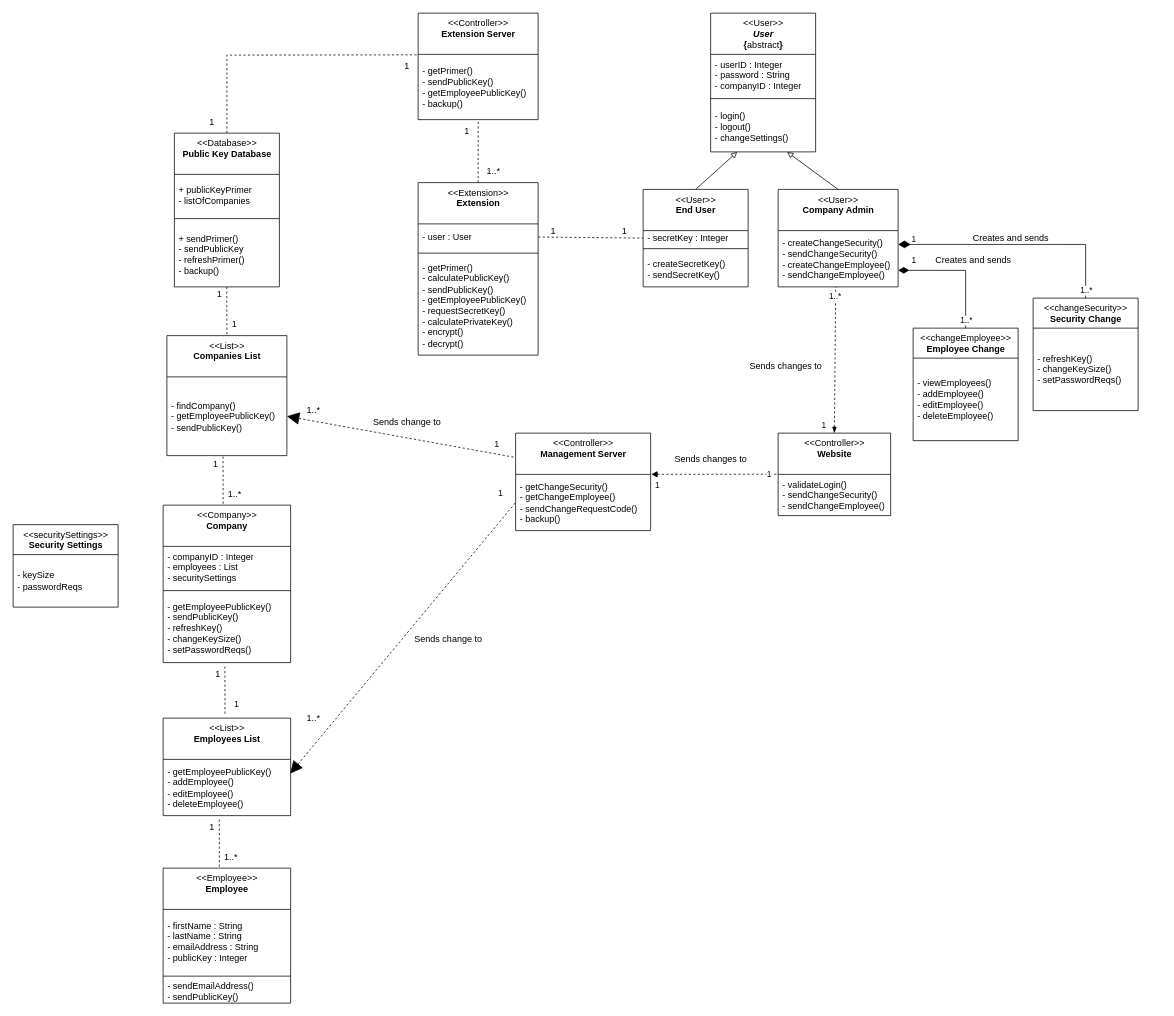
Before: a3 UML Classes.drawio in dnguyen1648/software-engineering-proj, a draw.io diagram. Source tidied: cells renumbered, new cells numbered last; positions are measured from the earlier drawing's top-left corner, leaving out a move shared by most shapes. Both pictures are drawn from the tidied source at 75%, with x=0, y=0 at pixel (13, 13).
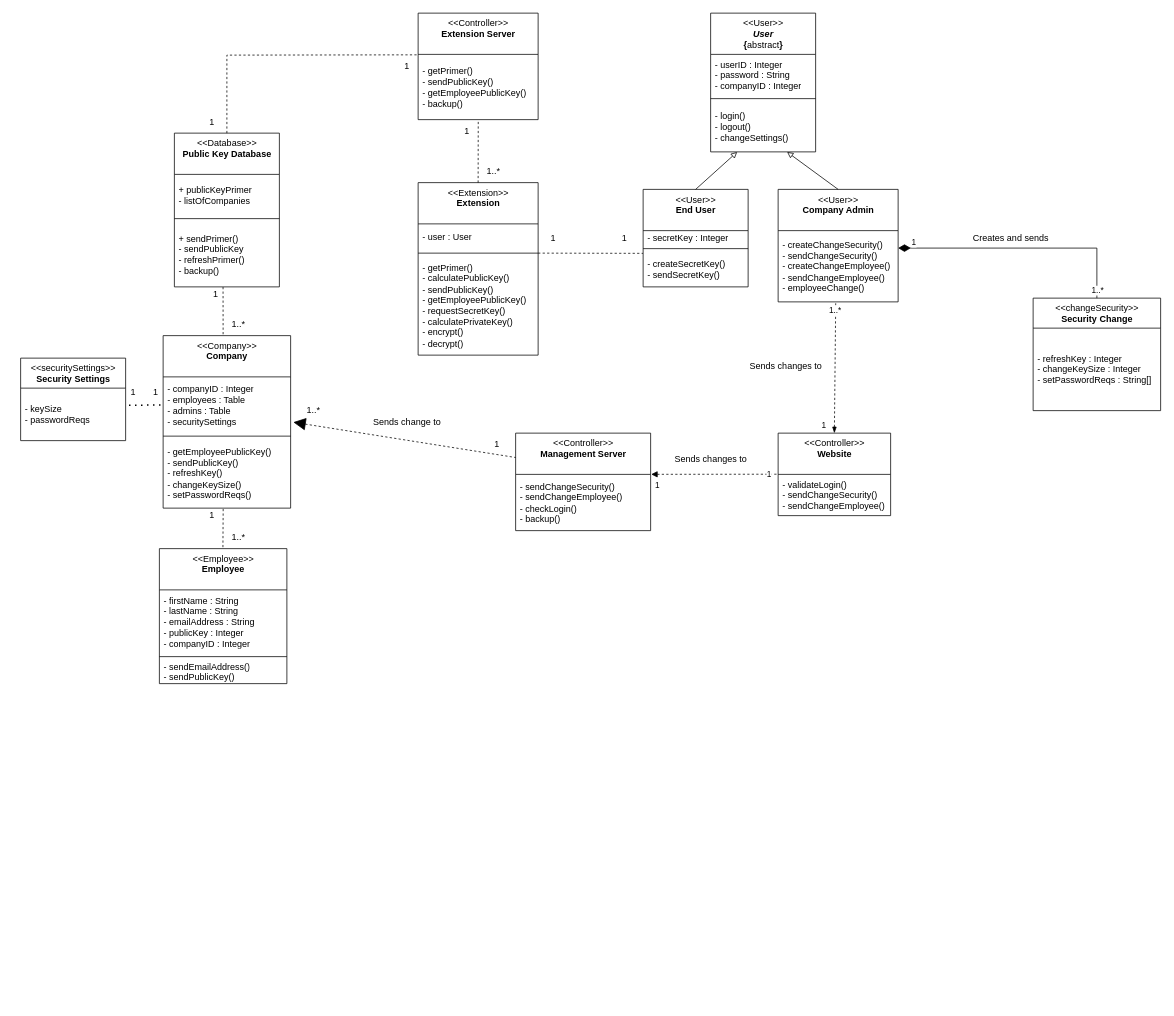
Above is the later version.

Unchanged cells that the change refers to:
```xml
<mxCell id="3" value="- user : User" style="text;html=1;strokeColor=none;fillColor=none;align=left;verticalAlign=middle;spacingLeft=4;spacingRight=4;overflow=hidden;points=[[0,0.5],[1,0.5]];portConstraint=eastwest;" parent="2" vertex="1">
  <mxGeometry y="55" width="160" height="35" as="geometry" />
</mxCell>
<mxCell id="4" style="line;strokeWidth=1;fillColor=none;align=left;verticalAlign=middle;spacingTop=-1;spacingLeft=3;spacingRight=3;labelPosition=right;points=[];portConstraint=eastwest;" parent="2" vertex="1">
  <mxGeometry y="90" width="160" height="8" as="geometry" />
</mxCell>
<mxCell id="11" value="- secretKey : Integer" style="text;html=1;strokeColor=none;fillColor=none;align=left;verticalAlign=middle;spacingLeft=4;spacingRight=4;overflow=hidden;points=[[0,0.5],[1,0.5]];portConstraint=eastwest;" parent="10" vertex="1">
  <mxGeometry y="55" width="140" height="20" as="geometry" />
</mxCell>
<mxCell id="13" value="- createSecretKey()&lt;br&gt;- sendSecretKey()" style="text;html=1;strokeColor=none;fillColor=none;align=left;verticalAlign=middle;spacingLeft=4;spacingRight=4;overflow=hidden;points=[[0,0.5],[1,0.5]];portConstraint=eastwest;" parent="10" vertex="1">
  <mxGeometry y="83" width="140" height="47" as="geometry" />
</mxCell>
<mxCell id="23" value="+ sendPrimer()&lt;br&gt;- sendPublicKey&lt;br&gt;- refreshPrimer()&lt;br&gt;- backup()" style="text;html=1;strokeColor=none;fillColor=none;align=left;verticalAlign=middle;spacingLeft=4;spacingRight=4;overflow=hidden;points=[[0,0.5],[1,0.5]];portConstraint=eastwest;" parent="20" vertex="1">
  <mxGeometry y="118" width="140" height="87" as="geometry" />
</mxCell>
<mxCell id="37" value="&amp;lt;&amp;lt;Controller&amp;gt;&amp;gt;&lt;br&gt;&lt;b&gt;Management Server&lt;/b&gt;" style="swimlane;fontStyle=0;align=center;verticalAlign=top;horizontal=1;startSize=55;html=1;" parent="1" vertex="1">
  <mxGeometry x="670" y="560" width="180" height="130" as="geometry" />
</mxCell>
<mxCell id="90" value="- keySize&lt;br&gt;- passwordReqs" style="text;html=1;strokeColor=none;fillColor=none;align=left;verticalAlign=middle;spacingLeft=4;spacingRight=4;overflow=hidden;points=[[0,0.5],[1,0.5]];portConstraint=eastwest;" parent="89" vertex="1">
  <mxGeometry y="40" width="140" height="70" as="geometry" />
</mxCell>
```

What changed in the source:
```diff
@@
     <mxCell id="14" value="&amp;lt;&amp;lt;User&amp;gt;&amp;gt;&lt;br&gt;&lt;b&gt;Company Admin&lt;/b&gt;" style="swimlane;fontStyle=0;align=center;verticalAlign=top;horizontal=1;startSize=55;html=1;" parent="1" vertex="1">
-      <mxGeometry x="1020" y="235" width="160" height="130" as="geometry" />
+      <mxGeometry x="1020" y="235" width="160" height="150" as="geometry" />
     </mxCell>
-    <mxCell id="15" value="- createChangeSecurity()&lt;br&gt;- sendChangeSecurity()&lt;br&gt;- createChangeEmployee()&lt;br&gt;- sendChangeEmployee()" style="text;html=1;strokeColor=none;fillColor=none;align=left;verticalAlign=middle;spacingLeft=4;spacingRight=4;overflow=hidden;points=[[0,0.5],[1,0.5]];portConstraint=eastwest;" parent="14" vertex="1">
-      <mxGeometry y="55" width="160" height="75" as="geometry" />
+    <mxCell id="15" value="- createChangeSecurity()&lt;br&gt;- sendChangeSecurity()&lt;br&gt;- createChangeEmployee()&lt;br&gt;- sendChangeEmployee()&lt;br&gt;- employeeChange()" style="text;html=1;strokeColor=none;fillColor=none;align=left;verticalAlign=middle;spacingLeft=4;spacingRight=4;overflow=hidden;points=[[0,0.5],[1,0.5]];portConstraint=eastwest;" parent="14" vertex="1">
+      <mxGeometry y="55" width="160" height="95" as="geometry" />
     </mxCell>
@@
-    <mxCell id="24" value="&amp;lt;&amp;lt;List&amp;gt;&amp;gt;&lt;br&gt;&lt;b&gt;Companies List&lt;/b&gt;" style="swimlane;fontStyle=0;align=center;verticalAlign=top;horizontal=1;startSize=55;html=1;" parent="1" vertex="1">
-      <mxGeometry x="205" y="430" width="160" height="160" as="geometry" />
-    </mxCell>
-    <mxCell id="25" value="- findCompany()&lt;br&gt;- getEmployeePublicKey()&lt;br&gt;- sendPublicKey()" style="text;html=1;strokeColor=none;fillColor=none;align=left;verticalAlign=middle;spacingLeft=4;spacingRight=4;overflow=hidden;points=[[0,0.5],[1,0.5]];portConstraint=eastwest;" parent="24" vertex="1">
-      <mxGeometry y="55" width="160" height="105" as="geometry" />
-    </mxCell>
-    <mxCell id="26" value="&amp;lt;&amp;lt;List&amp;gt;&amp;gt;&lt;br&gt;&lt;b&gt;Employees List&lt;/b&gt;" style="swimlane;fontStyle=0;align=center;verticalAlign=top;horizontal=1;startSize=55;html=1;" parent="1" vertex="1">
-      <mxGeometry x="200" y="940" width="170" height="130" as="geometry" />
-    </mxCell>
-    <mxCell id="27" value="- getEmployeePublicKey()&lt;br&gt;- addEmployee()&lt;br&gt;- editEmployee()&lt;br&gt;- deleteEmployee()" style="text;html=1;strokeColor=none;fillColor=none;align=left;verticalAlign=middle;spacingLeft=4;spacingRight=4;overflow=hidden;points=[[0,0.5],[1,0.5]];portConstraint=eastwest;" parent="26" vertex="1">
-      <mxGeometry y="55" width="170" height="75" as="geometry" />
-    </mxCell>
     <mxCell id="28" value="&amp;lt;&amp;lt;Employee&amp;gt;&amp;gt;&lt;br&gt;&lt;b&gt;Employee&lt;/b&gt;" style="swimlane;fontStyle=0;align=center;verticalAlign=top;horizontal=1;startSize=55;html=1;" parent="1" vertex="1">
-      <mxGeometry x="200" y="1140" width="170" height="180" as="geometry" />
+      <mxGeometry x="195" y="714" width="170" height="180" as="geometry" />
     </mxCell>
-    <mxCell id="29" value="- firstName : String&lt;br&gt;- lastName : String&lt;br&gt;- emailAddress : String&lt;br&gt;- publicKey : Integer" style="text;html=1;strokeColor=none;fillColor=none;align=left;verticalAlign=middle;spacingLeft=4;spacingRight=4;overflow=hidden;" parent="28" vertex="1">
+    <mxCell id="29" value="- firstName : String&lt;br&gt;- lastName : String&lt;br&gt;- emailAddress : String&lt;br&gt;- publicKey : Integer&lt;br&gt;- companyID : Integer" style="text;html=1;strokeColor=none;fillColor=none;align=left;verticalAlign=middle;spacingLeft=4;spacingRight=4;overflow=hidden;" parent="28" vertex="1">
       <mxGeometry y="55" width="170" height="85" as="geometry" />
     </mxCell>
@@
     <mxCell id="32" value="&amp;lt;&amp;lt;Company&amp;gt;&amp;gt;&lt;br&gt;&lt;b&gt;Company&lt;/b&gt;" style="swimlane;fontStyle=0;align=center;verticalAlign=top;horizontal=1;startSize=55;html=1;" parent="1" vertex="1">
-      <mxGeometry x="200" y="656" width="170" height="210" as="geometry" />
+      <mxGeometry x="200" y="430" width="170" height="230" as="geometry" />
     </mxCell>
-    <mxCell id="33" value="- companyID : Integer&lt;br&gt;- employees : List&lt;br&gt;- securitySettings" style="text;html=1;strokeColor=none;fillColor=none;align=left;verticalAlign=middle;spacingLeft=4;spacingRight=4;overflow=hidden;points=[[0,0.5],[1,0.5]];portConstraint=eastwest;" parent="32" vertex="1">
-      <mxGeometry y="55" width="170" height="55" as="geometry" />
+    <mxCell id="33" value="- companyID : Integer&lt;br&gt;- employees : Table&lt;br&gt;- admins : Table&lt;br&gt;- securitySettings" style="text;html=1;strokeColor=none;fillColor=none;align=left;verticalAlign=middle;spacingLeft=4;spacingRight=4;overflow=hidden;points=[[0,0.5],[1,0.5]];portConstraint=eastwest;" parent="32" vertex="1">
+      <mxGeometry y="55" width="170" height="75" as="geometry" />
     </mxCell>
     <mxCell id="34" style="line;strokeWidth=1;fillColor=none;align=left;verticalAlign=middle;spacingTop=-1;spacingLeft=3;spacingRight=3;labelPosition=right;" parent="32" vertex="1">
-      <mxGeometry y="110" width="170" height="8" as="geometry" />
+      <mxGeometry y="130" width="170" height="8" as="geometry" />
     </mxCell>
     <mxCell id="35" value="- getEmployeePublicKey()&lt;br&gt;- sendPublicKey()&lt;br&gt;- refreshKey()&lt;br&gt;- changeKeySize()&lt;br&gt;- setPasswordReqs()" style="text;html=1;strokeColor=none;fillColor=none;align=left;verticalAlign=middle;spacingLeft=4;spacingRight=4;overflow=hidden;points=[[0,0.5],[1,0.5]];portConstraint=eastwest;" parent="32" vertex="1">
-      <mxGeometry y="118" width="170" height="92" as="geometry" />
+      <mxGeometry y="138" width="170" height="92" as="geometry" />
     </mxCell>
@@
-    <mxCell id="38" value="- getChangeSecurity()&lt;br&gt;- getChangeEmployee()&lt;br&gt;- sendChangeRequestCode()&lt;br&gt;- backup()" style="text;html=1;strokeColor=none;fillColor=none;align=left;verticalAlign=middle;spacingLeft=4;spacingRight=4;overflow=hidden;points=[[0,0.5],[1,0.5]];portConstraint=eastwest;" parent="37" vertex="1">
+    <mxCell id="38" value="- sendChangeSecurity()&lt;br&gt;- sendChangeEmployee()&lt;br&gt;- checkLogin()&lt;br&gt;- backup()" style="text;html=1;strokeColor=none;fillColor=none;align=left;verticalAlign=middle;spacingLeft=4;spacingRight=4;overflow=hidden;points=[[0,0.5],[1,0.5]];portConstraint=eastwest;" parent="37" vertex="1">
       <mxGeometry y="55" width="180" height="75" as="geometry" />
     </mxCell>
@@
-    <mxCell id="41" value="&amp;lt;&amp;lt;changeEmployee&amp;gt;&amp;gt;&lt;br&gt;&lt;b&gt;Employee&amp;nbsp;&lt;/b&gt;&lt;b&gt;Change&lt;/b&gt;" style="swimlane;fontStyle=0;align=center;verticalAlign=top;horizontal=1;startSize=40;html=1;" parent="1" vertex="1">
-      <mxGeometry x="1200" y="420" width="140" height="150" as="geometry" />
-    </mxCell>
-    <mxCell id="42" value="- viewEmployees()&lt;br&gt;- addEmployee()&lt;br&gt;- editEmployee()&lt;br&gt;- deleteEmployee()" style="text;html=1;strokeColor=none;fillColor=none;align=left;verticalAlign=middle;spacingLeft=4;spacingRight=4;overflow=hidden;" parent="41" vertex="1">
-      <mxGeometry y="40" width="140" height="110" as="geometry" />
-    </mxCell>
     <mxCell id="43" value="&amp;lt;&amp;lt;changeSecurity&amp;gt;&amp;gt;&lt;br&gt;&lt;b&gt;Security&amp;nbsp;&lt;/b&gt;&lt;b&gt;Change&lt;/b&gt;" style="swimlane;fontStyle=0;align=center;verticalAlign=top;horizontal=1;startSize=40;html=1;" parent="1" vertex="1">
-      <mxGeometry x="1360" y="380" width="140" height="150" as="geometry" />
+      <mxGeometry x="1360" y="380" width="170" height="150" as="geometry" />
     </mxCell>
-    <mxCell id="44" value="- refreshKey()&lt;br&gt;- changeKeySize()&lt;br&gt;- setPasswordReqs()&lt;br&gt;" style="text;html=1;strokeColor=none;fillColor=none;align=left;verticalAlign=middle;spacingLeft=4;spacingRight=4;overflow=hidden;" parent="43" vertex="1">
-      <mxGeometry y="40" width="140" height="110" as="geometry" />
+    <mxCell id="44" value="- refreshKey : Integer&lt;br&gt;- changeKeySize : Integer&lt;br&gt;- setPasswordReqs : String[]" style="text;html=1;strokeColor=none;fillColor=none;align=left;verticalAlign=middle;spacingLeft=4;spacingRight=4;overflow=hidden;" parent="43" vertex="1">
+      <mxGeometry y="40" width="170" height="110" as="geometry" />
     </mxCell>
@@
-    <mxCell id="54" style="endArrow=diamondThin;endFill=1;endSize=12;html=1;rounded=0;elbow=vertical;entryX=1;entryY=0.706;entryDx=0;entryDy=0;entryPerimeter=0;exitX=0.5;exitY=0;exitDx=0;exitDy=0;startSize=14;" parent="1" edge="1" source="41" target="15">
-      <mxGeometry relative="1" as="geometry">
-        <Array as="points">
-          <mxPoint x="1270" y="343" />
-        </Array>
-      </mxGeometry>
-    </mxCell>
-    <mxCell id="55" value="1" style="edgeLabel;html=1;align=center;verticalAlign=middle;" parent="54" vertex="1">
-      <mxGeometry x="0.9" y="-1" relative="1" as="geometry">
-        <mxPoint x="12" y="-12" as="offset" />
-      </mxGeometry>
-    </mxCell>
-    <mxCell id="56" value="1..*" style="edgeLabel;html=1;align=center;verticalAlign=middle;" parent="54" vertex="1">
-      <mxGeometry x="-0.91" relative="1" as="geometry">
-        <mxPoint y="-3" as="offset" />
-      </mxGeometry>
-    </mxCell>
-    <mxCell id="57" style="endArrow=none;html=1;rounded=0;elbow=vertical;exitX=1;exitY=0.5;exitDx=0;exitDy=0;entryX=0;entryY=0.5;entryDx=0;entryDy=0;dashed=1;" parent="1" edge="1" source="3" target="11">
+    <mxCell id="57" style="endArrow=none;html=1;rounded=0;elbow=vertical;exitX=1;exitY=0.5;exitDx=0;exitDy=0;entryX=-0.001;entryY=0.049;entryDx=0;entryDy=0;dashed=1;exitPerimeter=0;entryPerimeter=0;" parent="1" edge="1" source="4" target="13">
       <mxGeometry relative="1" as="geometry" />
     </mxCell>
@@
-    <mxCell id="59" style="endArrow=none;dashed=1;html=1;rounded=0;startSize=14;endSize=12;elbow=vertical;entryX=0;entryY=0.25;entryDx=0;entryDy=0;exitX=1;exitY=0.5;exitDx=0;exitDy=0;startArrow=block;startFill=1;" parent="1" edge="1" source="25" target="37">
+    <mxCell id="59" style="endArrow=none;dashed=1;html=1;rounded=0;startSize=14;endSize=12;elbow=vertical;entryX=0;entryY=0.25;entryDx=0;entryDy=0;exitX=1.021;exitY=0.806;exitDx=0;exitDy=0;startArrow=block;startFill=1;exitPerimeter=0;" parent="1" edge="1" source="33" target="37">
       <mxGeometry relative="1" as="geometry" />
     </mxCell>
-    <mxCell id="60" style="endArrow=none;dashed=1;html=1;rounded=0;startSize=14;endSize=12;elbow=vertical;entryX=0;entryY=0.5;entryDx=0;entryDy=0;exitX=0.997;exitY=0.252;exitDx=0;exitDy=0;exitPerimeter=0;startArrow=block;startFill=1;" parent="1" edge="1" source="27" target="38">
-      <mxGeometry relative="1" as="geometry" />
-    </mxCell>
@@
-    <mxCell id="63" value="Creates and sends" style="text;html=1;align=center;verticalAlign=middle;strokeColor=none;fillColor=none;" parent="1" vertex="1">
-      <mxGeometry x="1220" y="315" width="120" height="30" as="geometry" />
-    </mxCell>
@@
-    <mxCell id="68" value="Sends change to" style="text;html=1;align=center;verticalAlign=middle;strokeColor=none;fillColor=none;" parent="1" vertex="1">
-      <mxGeometry x="525" y="820" width="110" height="30" as="geometry" />
-    </mxCell>
-    <mxCell id="69" value="1" style="text;html=1;align=center;verticalAlign=middle;strokeColor=none;fillColor=none;" parent="1" vertex="1">
-      <mxGeometry x="635" y="625" width="30" height="30" as="geometry" />
-    </mxCell>
-    <mxCell id="70" value="1..*" style="text;html=1;align=center;verticalAlign=middle;strokeColor=none;fillColor=none;" parent="1" vertex="1">
-      <mxGeometry x="380" y="925" width="40" height="30" as="geometry" />
-    </mxCell>
@@
     <mxCell id="73" value="1" style="text;html=1;align=center;verticalAlign=middle;strokeColor=none;fillColor=none;" parent="1" vertex="1">
-      <mxGeometry x="705" y="276" width="30" height="30" as="geometry" />
+      <mxGeometry x="705" y="285" width="30" height="30" as="geometry" />
     </mxCell>
     <mxCell id="74" value="1" style="text;html=1;align=center;verticalAlign=middle;strokeColor=none;fillColor=none;" parent="1" vertex="1">
-      <mxGeometry x="800" y="276" width="30" height="30" as="geometry" />
+      <mxGeometry x="800" y="285" width="30" height="30" as="geometry" />
     </mxCell>
@@
-    <mxCell id="77" style="endArrow=none;dashed=1;html=1;rounded=0;startSize=14;endSize=12;elbow=vertical;exitX=0.499;exitY=1.002;exitDx=0;exitDy=0;exitPerimeter=0;entryX=0.5;entryY=0;entryDx=0;entryDy=0;" parent="1" edge="1" source="23" target="24">
-      <mxGeometry relative="1" as="geometry" />
+    <mxCell id="77" style="endArrow=none;dashed=1;html=1;rounded=0;startSize=14;endSize=12;elbow=vertical;exitX=0.499;exitY=1.002;exitDx=0;exitDy=0;exitPerimeter=0;entryX=0.5;entryY=0;entryDx=0;entryDy=0;" parent="1" edge="1">
+      <mxGeometry relative="1" as="geometry">
+        <mxPoint x="279.9" y="365.2" as="sourcePoint" />
+        <mxPoint x="280" y="430" as="targetPoint" />
+      </mxGeometry>
     </mxCell>
     <mxCell id="78" value="1" style="text;html=1;align=center;verticalAlign=middle;strokeColor=none;fillColor=none;" parent="1" vertex="1">
-      <mxGeometry x="260" y="360" width="30" height="30" as="geometry" />
+      <mxGeometry x="255" y="360" width="30" height="30" as="geometry" />
     </mxCell>
-    <mxCell id="79" value="1" style="text;html=1;align=center;verticalAlign=middle;strokeColor=none;fillColor=none;" parent="1" vertex="1">
-      <mxGeometry x="280" y="400" width="30" height="30" as="geometry" />
-    </mxCell>
-    <mxCell id="80" style="endArrow=none;dashed=1;html=1;rounded=0;startSize=14;endSize=12;elbow=vertical;exitX=0.499;exitY=1.002;exitDx=0;exitDy=0;exitPerimeter=0;entryX=0.5;entryY=0;entryDx=0;entryDy=0;" parent="1" edge="1">
-      <mxGeometry relative="1" as="geometry">
-        <mxPoint x="279.9" y="591.2" as="sourcePoint" />
-        <mxPoint x="280" y="656" as="targetPoint" />
-      </mxGeometry>
-    </mxCell>
-    <mxCell id="81" value="1" style="text;html=1;align=center;verticalAlign=middle;strokeColor=none;fillColor=none;" parent="1" vertex="1">
-      <mxGeometry x="255" y="586" width="30" height="30" as="geometry" />
-    </mxCell>
     <mxCell id="82" value="1..*" style="text;html=1;align=center;verticalAlign=middle;strokeColor=none;fillColor=none;" parent="1" vertex="1">
-      <mxGeometry x="275" y="626" width="40" height="30" as="geometry" />
+      <mxGeometry x="280" y="400" width="40" height="30" as="geometry" />
     </mxCell>
-    <mxCell id="83" style="endArrow=none;dashed=1;html=1;rounded=0;startSize=14;endSize=12;elbow=vertical;exitX=0.499;exitY=1.002;exitDx=0;exitDy=0;exitPerimeter=0;entryX=0.5;entryY=0;entryDx=0;entryDy=0;" parent="1" edge="1">
-      <mxGeometry relative="1" as="geometry">
-        <mxPoint x="282.4" y="871.2" as="sourcePoint" />
-        <mxPoint x="282.5" y="936" as="targetPoint" />
-      </mxGeometry>
+    <mxCell id="83" style="endArrow=none;dashed=1;html=1;rounded=0;startSize=14;endSize=12;elbow=vertical;entryX=-0.007;entryY=0.991;entryDx=0;entryDy=0;exitX=0.471;exitY=1.012;exitDx=0;exitDy=0;exitPerimeter=0;entryPerimeter=0;" parent="1" edge="1" source="35" target="88">
+      <mxGeometry relative="1" as="geometry" />
     </mxCell>
     <mxCell id="84" value="1" style="text;html=1;align=center;verticalAlign=middle;strokeColor=none;fillColor=none;" parent="1" vertex="1">
-      <mxGeometry x="257.5" y="866" width="30" height="30" as="geometry" />
+      <mxGeometry x="250" y="654" width="30" height="30" as="geometry" />
     </mxCell>
-    <mxCell id="85" value="1" style="text;html=1;align=center;verticalAlign=middle;strokeColor=none;fillColor=none;" parent="1" vertex="1">
-      <mxGeometry x="282.5" y="906" width="30" height="30" as="geometry" />
-    </mxCell>
-    <mxCell id="86" style="endArrow=none;dashed=1;html=1;rounded=0;startSize=14;endSize=12;elbow=vertical;exitX=0.499;exitY=1.002;exitDx=0;exitDy=0;exitPerimeter=0;entryX=0.5;entryY=0;entryDx=0;entryDy=0;" parent="1" edge="1">
-      <mxGeometry relative="1" as="geometry">
-        <mxPoint x="274.9" y="1075.2" as="sourcePoint" />
-        <mxPoint x="275" y="1140" as="targetPoint" />
-      </mxGeometry>
-    </mxCell>
-    <mxCell id="87" value="1" style="text;html=1;align=center;verticalAlign=middle;strokeColor=none;fillColor=none;" parent="1" vertex="1">
-      <mxGeometry x="250" y="1070" width="30" height="30" as="geometry" />
-    </mxCell>
     <mxCell id="88" value="1..*" style="text;html=1;align=center;verticalAlign=middle;points=[];strokeColor=none;fillColor=none;" parent="1" vertex="1">
-      <mxGeometry x="270" y="1110" width="40" height="30" as="geometry" />
+      <mxGeometry x="280" y="684" width="40" height="30" as="geometry" />
     </mxCell>
     <mxCell id="89" value="&amp;lt;&amp;lt;securitySettings&amp;gt;&amp;gt;&lt;br&gt;&lt;b&gt;Security Settings&lt;/b&gt;" style="swimlane;fontStyle=0;align=center;verticalAlign=top;horizontal=1;startSize=40;html=1;" parent="1" vertex="1">
-      <mxGeometry y="682" width="140" height="110" as="geometry" />
+      <mxGeometry x="10" y="460" width="140" height="110" as="geometry" />
     </mxCell>
@@
+    <mxCell id="91" style="endArrow=none;dashed=1;html=1;dashPattern=1 3;strokeWidth=2;rounded=0;exitX=1.032;exitY=0.326;exitDx=0;exitDy=0;exitPerimeter=0;entryX=0;entryY=0.5;entryDx=0;entryDy=0;" parent="1" edge="1" source="90" target="33">
+      <mxGeometry relative="1" as="geometry" />
+    </mxCell>
+    <mxCell id="92" value="1" style="text;html=1;align=center;verticalAlign=middle;strokeColor=none;fillColor=none;" parent="1" vertex="1">
+      <mxGeometry x="145" y="490" width="30" height="30" as="geometry" />
+    </mxCell>
+    <mxCell id="93" value="1" style="text;html=1;align=center;verticalAlign=middle;strokeColor=none;fillColor=none;" parent="1" vertex="1">
+      <mxGeometry x="175" y="490" width="30" height="30" as="geometry" />
+    </mxCell>
```
